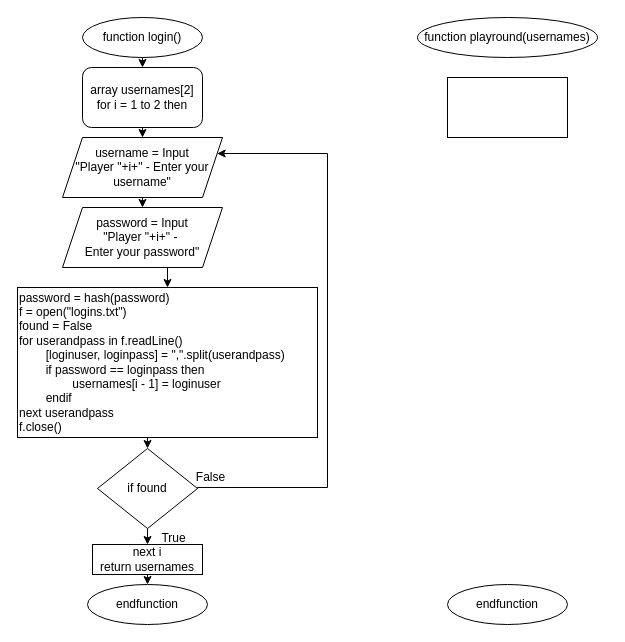
Above: flowchart.drawio in tpguy825/draw.io (draw.io), before the change. Source tidied: cells renumbered, new cells numbered last; positions are measured from the earlier drawing's top-left corner, leaving out a move shared by most shapes. Both pictures are drawn from the tidied source at 100%, with x=0, y=0 at pixel (17, 17).
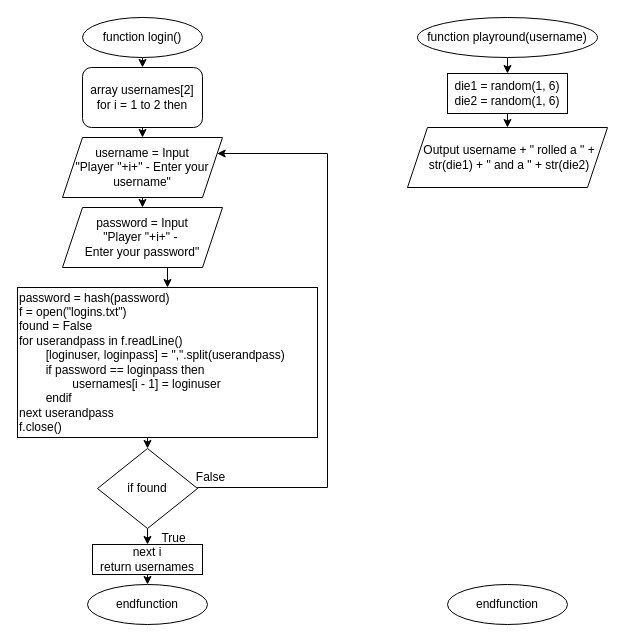
The same diagram, later.

The edit, as a diff of the source:
```diff
@@
+    <mxCell id="28" style="edgeStyle=orthogonalEdgeStyle;rounded=0;jettySize=auto;html=1;exitX=0.5;exitY=1;exitDx=0;exitDy=0;entryX=0.5;entryY=0;entryDx=0;entryDy=0;" parent="1" edge="1" source="20" target="27">
+      <mxGeometry relative="1" as="geometry" />
+    </mxCell>
-    <mxCell id="20" value="function playround(usernames)" style="ellipse;whiteSpace=wrap;html=1;" parent="1" vertex="1">
+    <mxCell id="20" value="function playround(username)" style="ellipse;whiteSpace=wrap;html=1;" parent="1" vertex="1">
       <mxGeometry x="400" width="180" height="40" as="geometry" />
     </mxCell>
@@
+    <mxCell id="29" style="edgeStyle=orthogonalEdgeStyle;rounded=0;jettySize=auto;html=1;exitX=0.5;exitY=1;exitDx=0;exitDy=0;entryX=0.5;entryY=0;entryDx=0;entryDy=0;" parent="1" edge="1" source="27" target="30">
+      <mxGeometry relative="1" as="geometry" />
+    </mxCell>
-    <mxCell id="27" style="rounded=0;whiteSpace=wrap;html=1;" parent="1" vertex="1">
-      <mxGeometry x="430" y="60" width="120" height="60" as="geometry" />
+    <mxCell id="27" value="die1 = random(1, 6)&lt;br&gt;die2 = random(1, 6)" style="rounded=0;whiteSpace=wrap;html=1;" parent="1" vertex="1">
+      <mxGeometry x="430" y="56" width="120" height="40" as="geometry" />
     </mxCell>
+    <mxCell id="30" value="Output username + &quot; rolled a &quot; + str(die1) + &quot; and a &quot; + str(die2)" style="shape=parallelogram;perimeter=parallelogramPerimeter;whiteSpace=wrap;html=1;fixedSize=1;spacingLeft=4;" parent="1" vertex="1">
+      <mxGeometry x="390" y="110" width="200" height="60" as="geometry" />
+    </mxCell>
```
